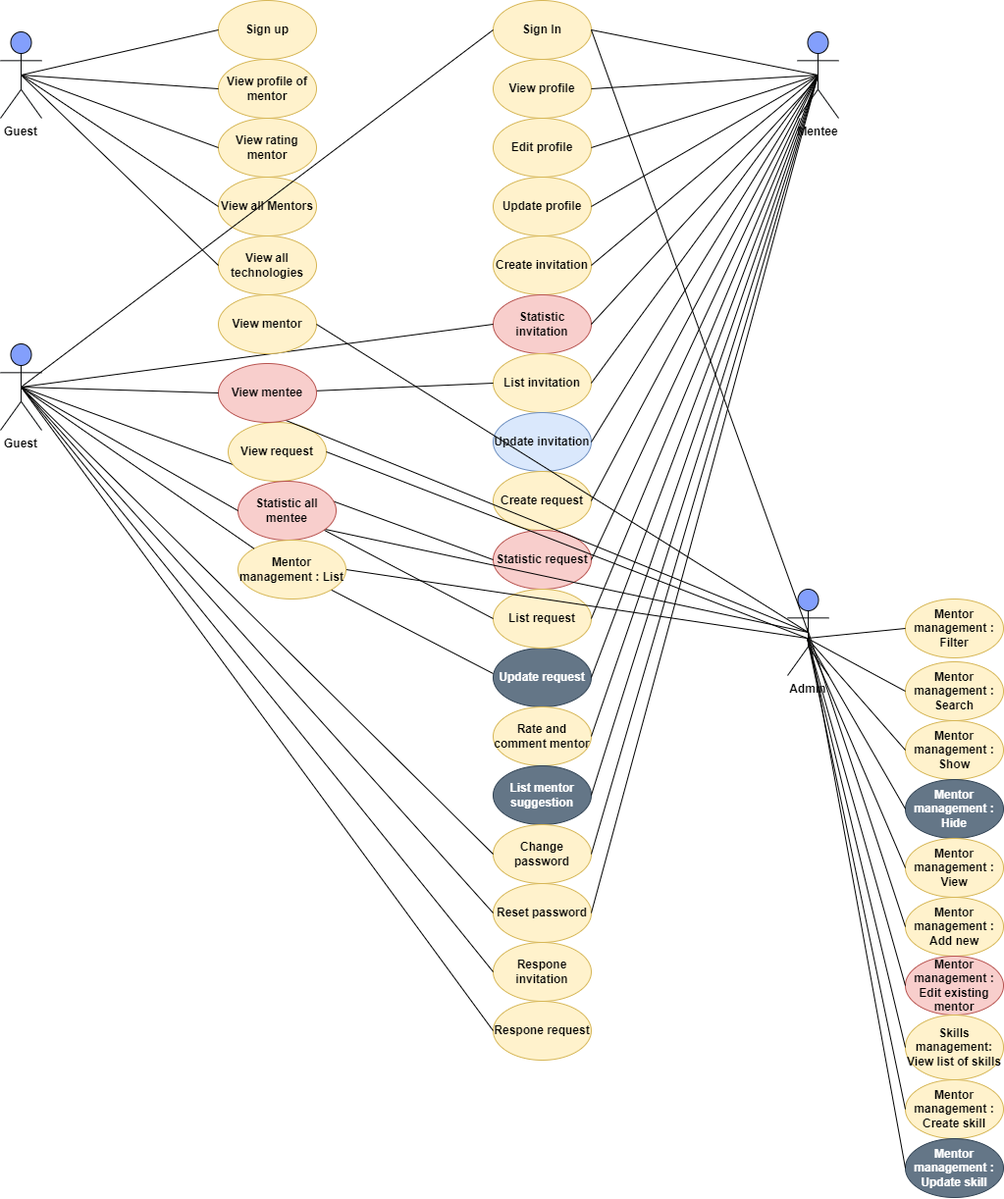
Before: SWP391_UML.drawio.png, a diagram exported from draw.io (dungdt23/SWP391_Document). Source tidied: cells renumbered, new cells last; positions are measured from the earlier drawing's top-left corner, leaving out a move shared by most shapes.
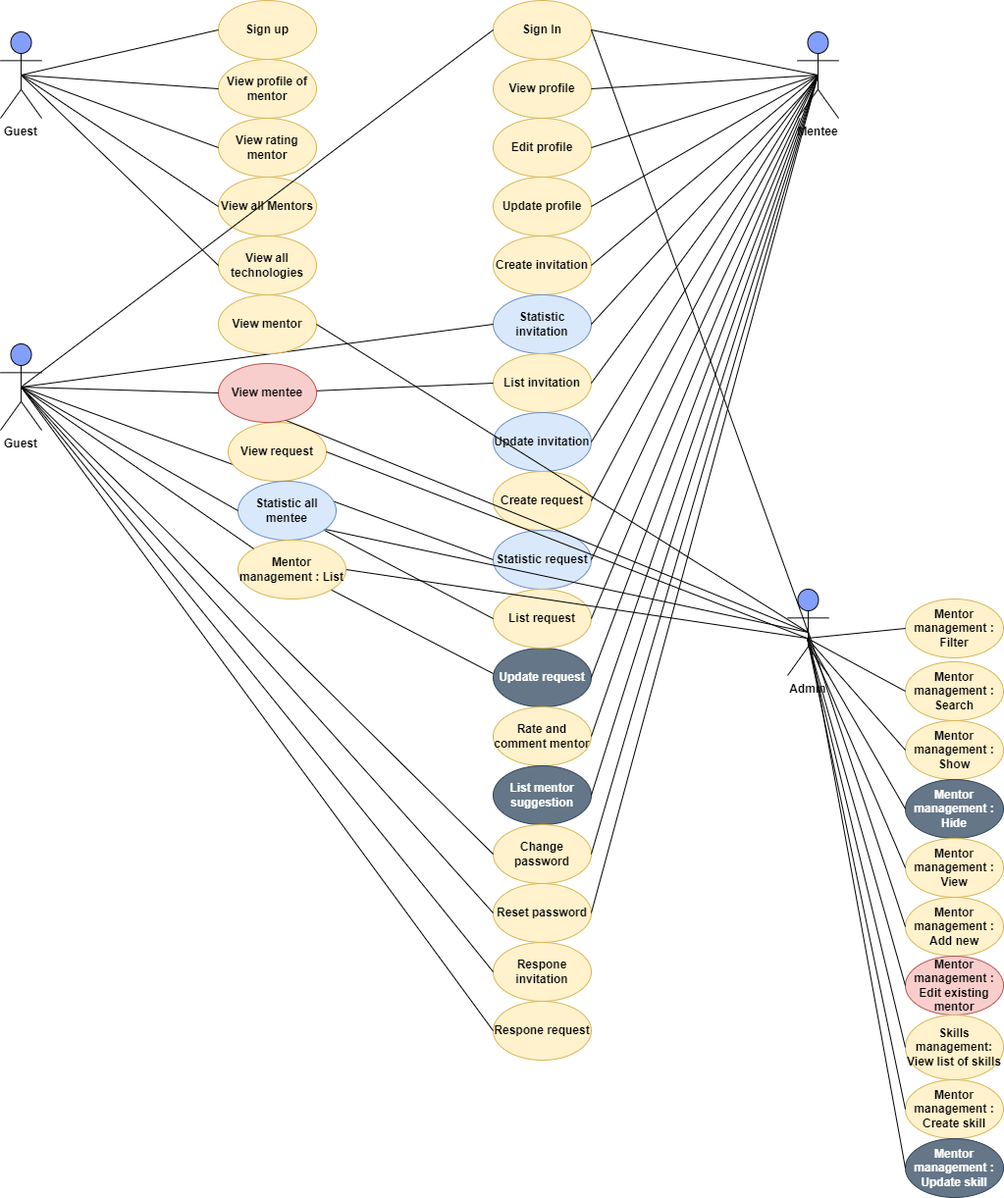
Later version of the same file.

The edit, as a diff of the source:
```diff
@@ -68,7 +68,7 @@
     <mxCell id="23" style="endArrow=none;html=1;rounded=0;exitX=1;exitY=0.5;exitDx=0;exitDy=0;entryX=0.5;entryY=0.5;entryDx=0;entryDy=0;entryPerimeter=0;" parent="1" edge="1" source="16" target="13">
       <mxGeometry relative="1" as="geometry" />
     </mxCell>
-    <mxCell id="24" value="Statistic invitation" style="ellipse;whiteSpace=wrap;html=1;fillColor=#f8cecc;strokeColor=#b85450;fontStyle=1;" parent="1" vertex="1">
+    <mxCell id="24" value="Statistic invitation" style="ellipse;whiteSpace=wrap;html=1;fillColor=#dae8fc;strokeColor=#6c8ebf;fontStyle=1;" parent="1" vertex="1">
       <mxGeometry x="502" y="300" width="100" height="60" as="geometry" />
     </mxCell>
     <mxCell id="25" value="List invitation" style="ellipse;whiteSpace=wrap;html=1;fillColor=#fff2cc;strokeColor=#d6b656;fontStyle=1;" parent="1" vertex="1">
@@ -80,7 +80,7 @@
     <mxCell id="27" value="Create request" style="ellipse;whiteSpace=wrap;html=1;fillColor=#fff2cc;strokeColor=#d6b656;fontStyle=1;" parent="1" vertex="1">
       <mxGeometry x="502" y="480" width="100" height="60" as="geometry" />
     </mxCell>
-    <mxCell id="28" value="Statistic request" style="ellipse;whiteSpace=wrap;html=1;fillColor=#f8cecc;strokeColor=#b85450;fontStyle=1;" parent="1" vertex="1">
+    <mxCell id="28" value="Statistic request" style="ellipse;whiteSpace=wrap;html=1;fillColor=#dae8fc;strokeColor=#6c8ebf;fontStyle=1;" parent="1" vertex="1">
       <mxGeometry x="502" y="540" width="100" height="60" as="geometry" />
     </mxCell>
     <mxCell id="29" value="Update request&lt;span style=&quot;color: rgba(0, 0, 0, 0); font-family: monospace; font-size: 0px; font-weight: 400; text-align: start;&quot;&gt;%3CmxGraphModel%3E%3Croot%3E%3CmxCell%20id%3D%220%22%2F%3E%3CmxCell%20id%3D%221%22%20parent%3D%220%22%2F%3E%3CmxCell%20id%3D%222%22%20value%3D%22Update%20invitation%22%20style%3D%22ellipse%3BwhiteSpace%3Dwrap%3Bhtml%3D1%3BfillColor%3D%23fff2cc%3BstrokeColor%3D%23d6b656%3BfontStyle%3D1%22%20vertex%3D%221%22%20parent%3D%221%22%3E%3CmxGeometry%20x%3D%22460%22%20y%3D%22420%22%20width%3D%22100%22%20height%3D%2260%22%20as%3D%22geometry%22%2F%3E%3C%2FmxCell%3E%3C%2Froot%3E%3C%2FmxGraphModel%3E&lt;/span&gt;" style="ellipse;whiteSpace=wrap;html=1;fillColor=#647687;strokeColor=#314354;fontStyle=1;fontColor=#ffffff;" parent="1" vertex="1">
@@ -293,7 +293,7 @@
     <mxCell id="89" style="endArrow=none;html=1;rounded=0;exitX=0.5;exitY=0.5;exitDx=0;exitDy=0;entryX=0;entryY=0.5;entryDx=0;entryDy=0;exitPerimeter=0;" parent="1" edge="1" source="46" target="88">
       <mxGeometry relative="1" as="geometry" />
     </mxCell>
-    <mxCell id="90" value="Statistic all mentee" style="ellipse;whiteSpace=wrap;html=1;fillColor=#f8cecc;strokeColor=#b85450;fontStyle=1;" parent="1" vertex="1">
+    <mxCell id="90" value="Statistic all mentee" style="ellipse;whiteSpace=wrap;html=1;fillColor=#dae8fc;strokeColor=#6c8ebf;fontStyle=1;" parent="1" vertex="1">
       <mxGeometry x="242" y="490" width="100" height="60" as="geometry" />
     </mxCell>
     <mxCell id="91" style="endArrow=none;html=1;rounded=0;exitX=0.5;exitY=0.5;exitDx=0;exitDy=0;entryX=0;entryY=0.5;entryDx=0;entryDy=0;exitPerimeter=0;" parent="1" edge="1" source="46" target="90">
```
